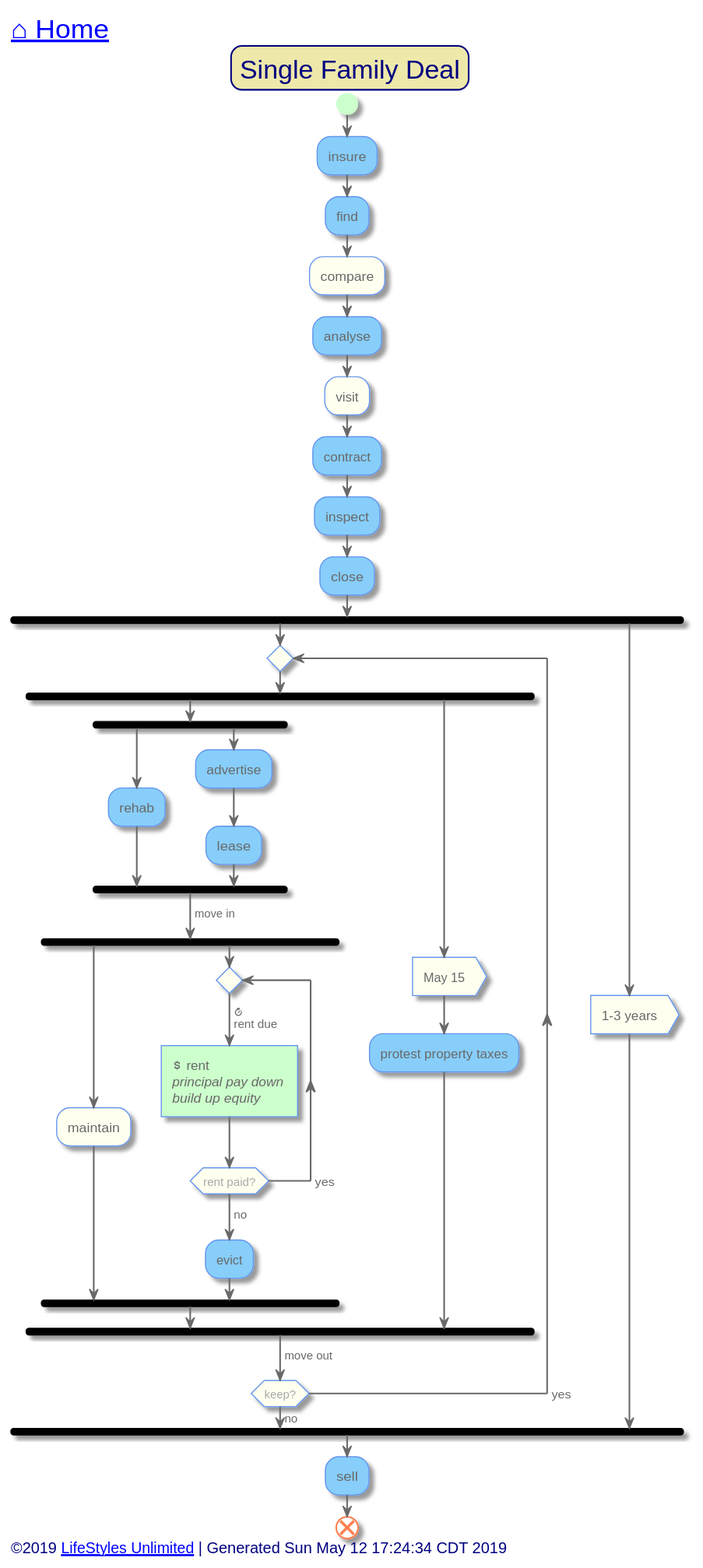
Above: out/src/single-family/single-family-deal.svg in toddmo/lifestylesunlimited (PlantUML), before the change.
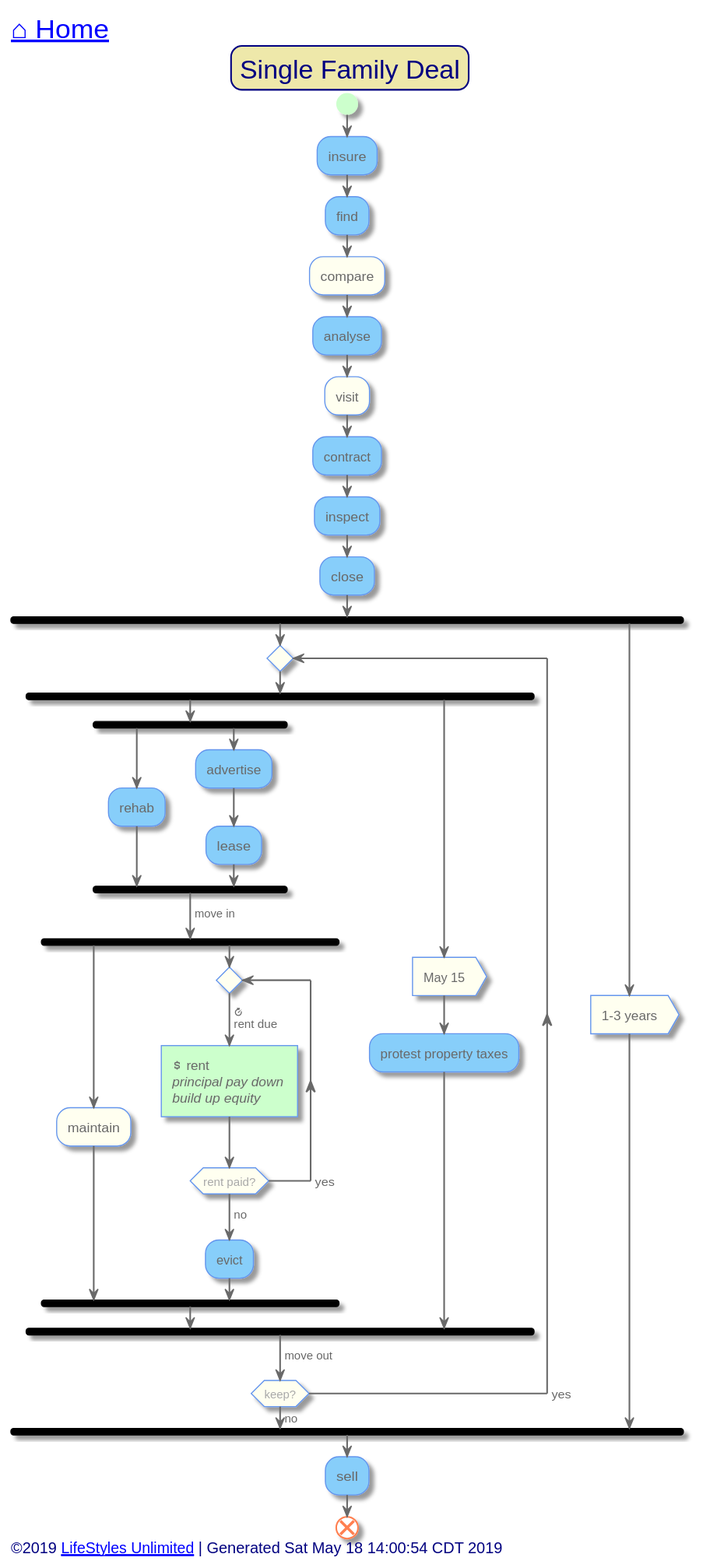
After the change.

What changed in the source:
```diff
@@ -130,7 +130,7 @@
 
 
 left footer
-	<font size=14>©2019 [[http://www.lifestylesunlimited.com LifeStyles Unlimited]] | Generated Sun May 12 17:24:34 CDT 2019</font>
+	<font size=14>©2019 [[http://www.lifestylesunlimited.com LifeStyles Unlimited]] | Generated Sat May 18 14:00:54 CDT 2019</font>
 endfooter
 
 
```
